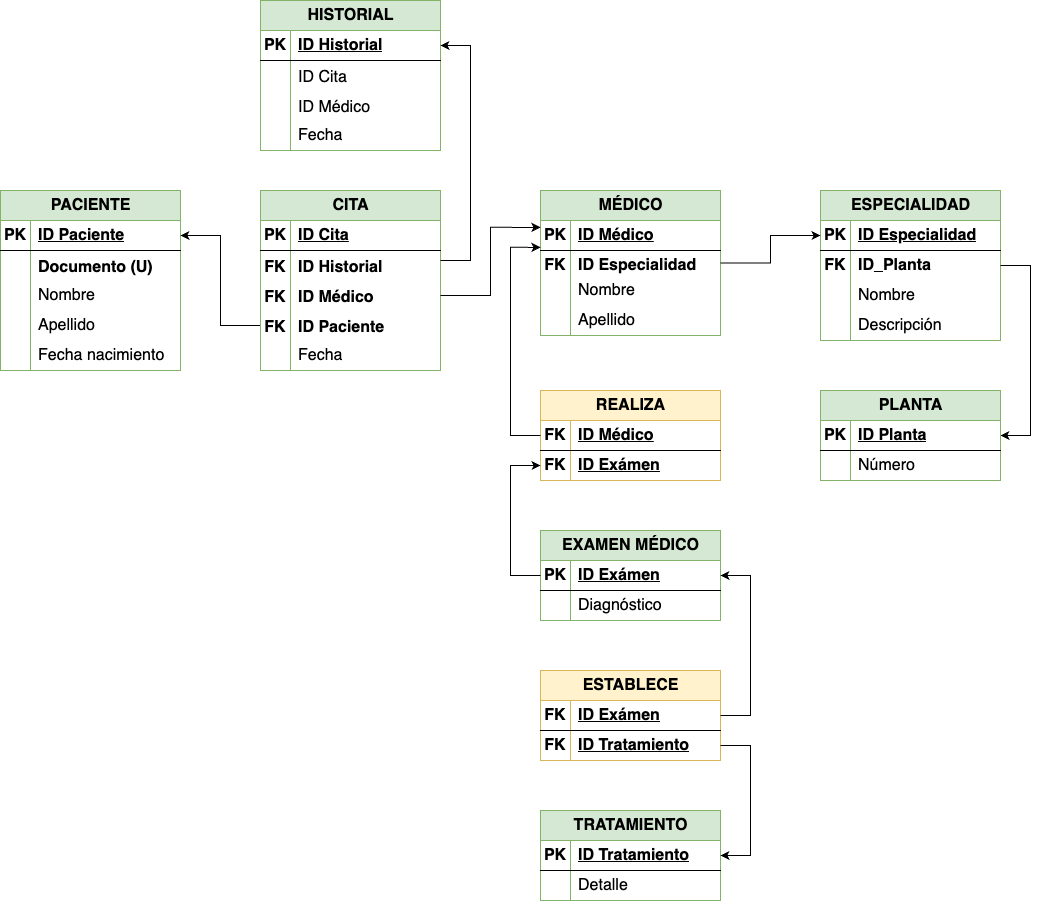
Above: img/diagrama_er.drawio.png in dawproyectos/proyecto_bae (draw.io), before the change. Source tidied: cells renumbered, new cells last; positions are measured from the earlier drawing's top-left corner, leaving out a move shared by most shapes.
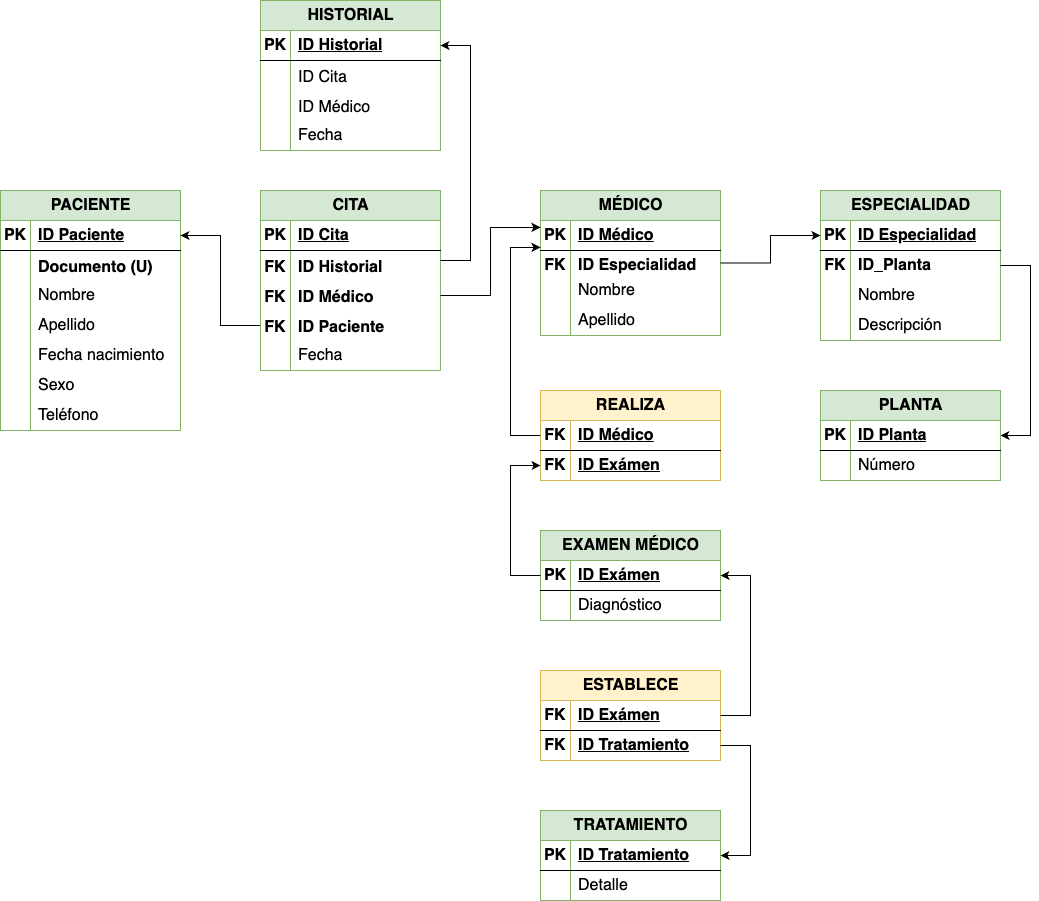
After the commit.

Diff of the diagram source:
```diff
@@ -3,7 +3,7 @@
     <mxCell id="0" />
     <mxCell id="1" parent="0" />
     <mxCell id="2" value="&lt;font style=&quot;font-size: 16px;&quot;&gt;PACIENTE&lt;/font&gt;" style="shape=table;startSize=30;rowLines=0;fontStyle=1;align=center;html=1;fillColor=#d5e8d4;strokeColor=#82b366;fontSize=16;" parent="1" vertex="1">
-      <mxGeometry y="190" width="180" height="180" as="geometry" />
+      <mxGeometry y="190" width="180" height="240" as="geometry" />
     </mxCell>
     <mxCell id="3" style="shape=tableRow;horizontal=0;startSize=0;swimlaneHead=0;swimlaneBody=0;fillColor=none;points=[[0,0.5],[1,0.5]];portConstraint=eastwest;top=0;left=0;right=0;bottom=1;fontSize=16;" parent="2" vertex="1">
       <mxGeometry y="30" width="180" height="30" as="geometry" />
@@ -50,6 +50,24 @@
     <mxCell id="17" value="Fecha nacimiento" style="shape=partialRectangle;fillColor=none;top=0;left=0;bottom=0;right=0;align=left;spacingLeft=6;overflow=hidden;whiteSpace=wrap;html=1;fontSize=16;" parent="15" vertex="1">
       <mxGeometry x="30" width="150" height="30" as="geometry" />
     </mxCell>
+    <mxCell id="117" style="shape=tableRow;horizontal=0;startSize=0;swimlaneHead=0;swimlaneBody=0;fillColor=none;top=0;left=0;right=0;bottom=0;fontSize=16;" parent="2" vertex="1">
+      <mxGeometry y="180" width="180" height="30" as="geometry" />
+    </mxCell>
+    <mxCell id="118" style="shape=partialRectangle;fillColor=none;top=0;left=0;bottom=0;right=0;overflow=hidden;whiteSpace=wrap;html=1;fontSize=16;" parent="117" vertex="1">
+      <mxGeometry width="30" height="30" as="geometry" />
+    </mxCell>
+    <mxCell id="119" value="Sexo" style="shape=partialRectangle;fillColor=none;top=0;left=0;bottom=0;right=0;align=left;spacingLeft=6;overflow=hidden;whiteSpace=wrap;html=1;fontSize=16;" parent="117" vertex="1">
+      <mxGeometry x="30" width="150" height="30" as="geometry" />
+    </mxCell>
+    <mxCell id="120" style="shape=tableRow;horizontal=0;startSize=0;swimlaneHead=0;swimlaneBody=0;fillColor=none;top=0;left=0;right=0;bottom=0;fontSize=16;" parent="2" vertex="1">
+      <mxGeometry y="210" width="180" height="30" as="geometry" />
+    </mxCell>
+    <mxCell id="121" style="shape=partialRectangle;fillColor=none;top=0;left=0;bottom=0;right=0;overflow=hidden;whiteSpace=wrap;html=1;fontSize=16;" parent="120" vertex="1">
+      <mxGeometry width="30" height="30" as="geometry" />
+    </mxCell>
+    <mxCell id="122" value="Teléfono" style="shape=partialRectangle;fillColor=none;top=0;left=0;bottom=0;right=0;align=left;spacingLeft=6;overflow=hidden;whiteSpace=wrap;html=1;fontSize=16;" parent="120" vertex="1">
+      <mxGeometry x="30" width="150" height="30" as="geometry" />
+    </mxCell>
     <mxCell id="18" style="edgeStyle=orthogonalEdgeStyle;rounded=0;jettySize=auto;html=1;exitX=0;exitY=0.5;exitDx=0;exitDy=0;fontSize=16;" parent="1" edge="1" source="29" target="3">
       <mxGeometry relative="1" as="geometry" />
     </mxCell>
```
